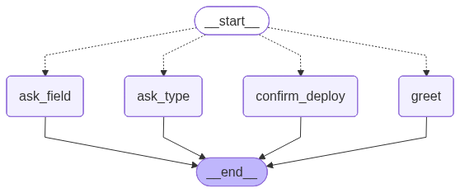
ishitaakhatri/claims_iq keeps this Mermaid diagram as rule_assistant_graph.png. Above is the earlier version. Its source is kept beside it as rule_assistant_graph.mmd. Source of this version:
```mermaid
---
config:
  flowchart:
    curve: linear
---
graph TD;
	__start__([<p>__start__</p>]):::first
	greet(greet)
	ask_type(ask_type)
	ask_field(ask_field)
	confirm_deploy(confirm_deploy)
	__end__([<p>__end__</p>]):::last
	__start__ -.-> ask_field;
	__start__ -.-> ask_type;
	__start__ -.-> confirm_deploy;
	__start__ -.-> greet;
	ask_field --> __end__;
	ask_type --> __end__;
	confirm_deploy --> __end__;
	greet --> __end__;
	classDef default fill:#f2f0ff,line-height:1.2
	classDef first fill-opacity:0
	classDef last fill:#bfb6fc
```
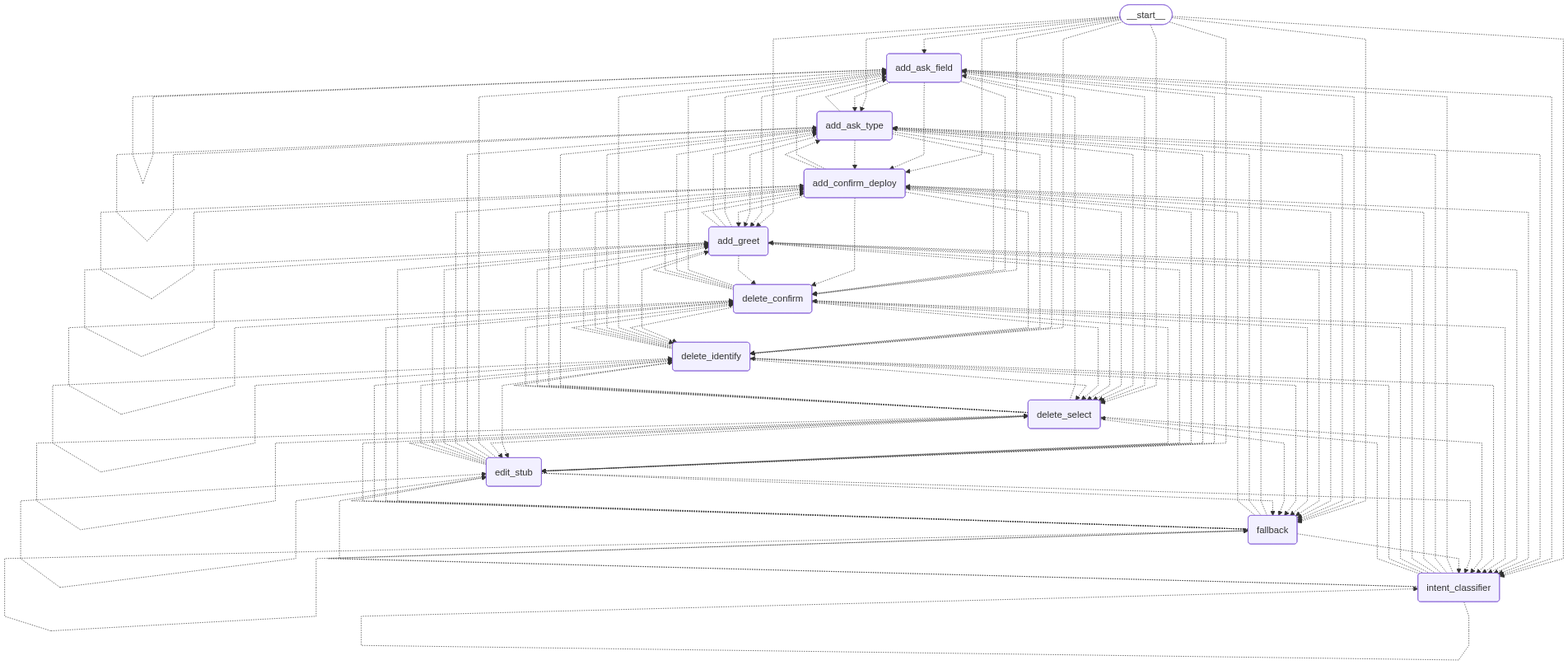
After the commit.

Change to the diagram source:
```diff
@@ -5,19 +5,126 @@
 ---
 graph TD;
 	__start__([<p>__start__</p>]):::first
-	greet(greet)
-	ask_type(ask_type)
-	ask_field(ask_field)
-	confirm_deploy(confirm_deploy)
-	__end__([<p>__end__</p>]):::last
-	__start__ -.-> ask_field;
-	__start__ -.-> ask_type;
-	__start__ -.-> confirm_deploy;
-	__start__ -.-> greet;
-	ask_field --> __end__;
-	ask_type --> __end__;
-	confirm_deploy --> __end__;
-	greet --> __end__;
+	intent_classifier(intent_classifier)
+	fallback(fallback)
+	add_greet(add_greet)
+	add_ask_type(add_ask_type)
+	add_ask_field(add_ask_field)
+	add_confirm_deploy(add_confirm_deploy)
+	delete_identify(delete_identify)
+	delete_select(delete_select)
+	delete_confirm(delete_confirm)
+	edit_stub(edit_stub)
+	__start__ -.-> add_ask_field;
+	__start__ -.-> add_ask_type;
+	__start__ -.-> add_confirm_deploy;
+	__start__ -.-> add_greet;
+	__start__ -.-> delete_confirm;
+	__start__ -.-> delete_identify;
+	__start__ -.-> delete_select;
+	__start__ -.-> edit_stub;
+	__start__ -.-> fallback;
+	__start__ -.-> intent_classifier;
+	add_ask_field -.-> add_ask_type;
+	add_ask_field -.-> add_confirm_deploy;
+	add_ask_field -.-> add_greet;
+	add_ask_field -.-> delete_confirm;
+	add_ask_field -.-> delete_identify;
+	add_ask_field -.-> delete_select;
+	add_ask_field -.-> edit_stub;
+	add_ask_field -.-> fallback;
+	add_ask_field -.-> intent_classifier;
+	add_ask_type -.-> add_ask_field;
+	add_ask_type -.-> add_confirm_deploy;
+	add_ask_type -.-> add_greet;
+	add_ask_type -.-> delete_confirm;
+	add_ask_type -.-> delete_identify;
+	add_ask_type -.-> delete_select;
+	add_ask_type -.-> edit_stub;
+	add_ask_type -.-> fallback;
+	add_ask_type -.-> intent_classifier;
+	add_confirm_deploy -.-> add_ask_field;
+	add_confirm_deploy -.-> add_ask_type;
+	add_confirm_deploy -.-> add_greet;
+	add_confirm_deploy -.-> delete_confirm;
+	add_confirm_deploy -.-> delete_identify;
+	add_confirm_deploy -.-> delete_select;
+	add_confirm_deploy -.-> edit_stub;
+	add_confirm_deploy -.-> fallback;
+	add_confirm_deploy -.-> intent_classifier;
+	add_greet -.-> add_ask_field;
+	add_greet -.-> add_ask_type;
+	add_greet -.-> add_confirm_deploy;
+	add_greet -.-> delete_confirm;
+	add_greet -.-> delete_identify;
+	add_greet -.-> delete_select;
+	add_greet -.-> edit_stub;
+	add_greet -.-> fallback;
+	add_greet -.-> intent_classifier;
+	delete_confirm -.-> add_ask_field;
+	delete_confirm -.-> add_ask_type;
+	delete_confirm -.-> add_confirm_deploy;
+	delete_confirm -.-> add_greet;
+	delete_confirm -.-> delete_identify;
+	delete_confirm -.-> delete_select;
+	delete_confirm -.-> edit_stub;
+	delete_confirm -.-> fallback;
+	delete_confirm -.-> intent_classifier;
+	delete_identify -.-> add_ask_field;
+	delete_identify -.-> add_ask_type;
+	delete_identify -.-> add_confirm_deploy;
+	delete_identify -.-> add_greet;
+	delete_identify -.-> delete_confirm;
+	delete_identify -.-> delete_select;
+	delete_identify -.-> edit_stub;
+	delete_identify -.-> fallback;
+	delete_identify -.-> intent_classifier;
+	delete_select -.-> add_ask_field;
+	delete_select -.-> add_ask_type;
+	delete_select -.-> add_confirm_deploy;
+	delete_select -.-> add_greet;
+	delete_select -.-> delete_confirm;
+	delete_select -.-> delete_identify;
+	delete_select -.-> edit_stub;
+	delete_select -.-> fallback;
+	delete_select -.-> intent_classifier;
+	edit_stub -.-> add_ask_field;
+	edit_stub -.-> add_ask_type;
+	edit_stub -.-> add_confirm_deploy;
+	edit_stub -.-> add_greet;
+	edit_stub -.-> delete_confirm;
+	edit_stub -.-> delete_identify;
+	edit_stub -.-> delete_select;
+	edit_stub -.-> fallback;
+	edit_stub -.-> intent_classifier;
+	fallback -.-> add_ask_field;
+	fallback -.-> add_ask_type;
+	fallback -.-> add_confirm_deploy;
+	fallback -.-> add_greet;
+	fallback -.-> delete_confirm;
+	fallback -.-> delete_identify;
+	fallback -.-> delete_select;
+	fallback -.-> edit_stub;
+	fallback -.-> intent_classifier;
+	intent_classifier -.-> add_ask_field;
+	intent_classifier -.-> add_ask_type;
+	intent_classifier -.-> add_confirm_deploy;
+	intent_classifier -.-> add_greet;
+	intent_classifier -.-> delete_confirm;
+	intent_classifier -.-> delete_identify;
+	intent_classifier -.-> delete_select;
+	intent_classifier -.-> edit_stub;
+	intent_classifier -.-> fallback;
+	add_ask_field -.-> add_ask_field;
+	add_ask_type -.-> add_ask_type;
+	add_confirm_deploy -.-> add_confirm_deploy;
+	add_greet -.-> add_greet;
+	delete_confirm -.-> delete_confirm;
+	delete_identify -.-> delete_identify;
+	delete_select -.-> delete_select;
+	edit_stub -.-> edit_stub;
+	fallback -.-> fallback;
+	intent_classifier -.-> intent_classifier;
 	classDef default fill:#f2f0ff,line-height:1.2
 	classDef first fill-opacity:0
 	classDef last fill:#bfb6fc
```
